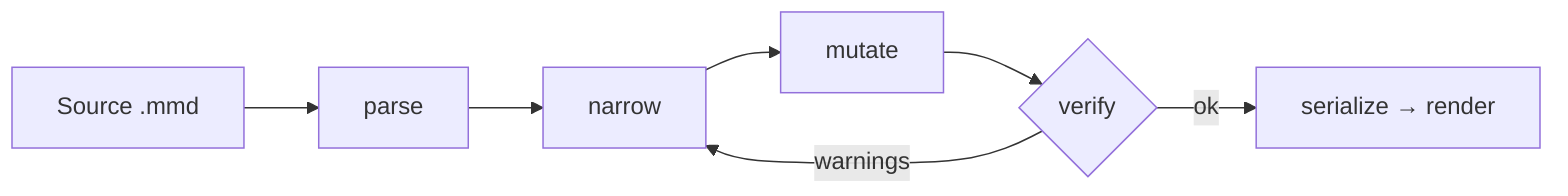
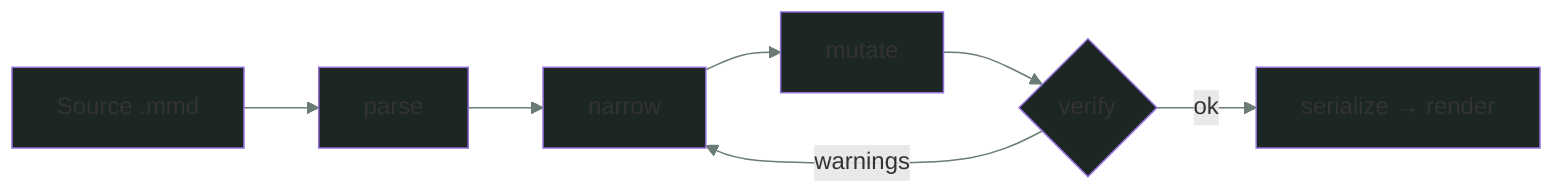
+ %%{init: {"themeVariables": {"background":"#141D19","mainBkg":"#1C2622","primaryTextColor":"#E7ECE9","secondaryTextColor":"#A4AFAA","lineColor":"#6A7C73","arrowheadColor":"#84CBAE","primaryBorderColor":"#3A463F"}}}%%
flowchart LR
  S["Source .mmd"] --> P["parse"]
  P --> N["narrow"]
  N --> M["mutate"]
  M --> V{"verify"}
  V -->|ok| R["serialize → render"]
  V -->|warnings| N
